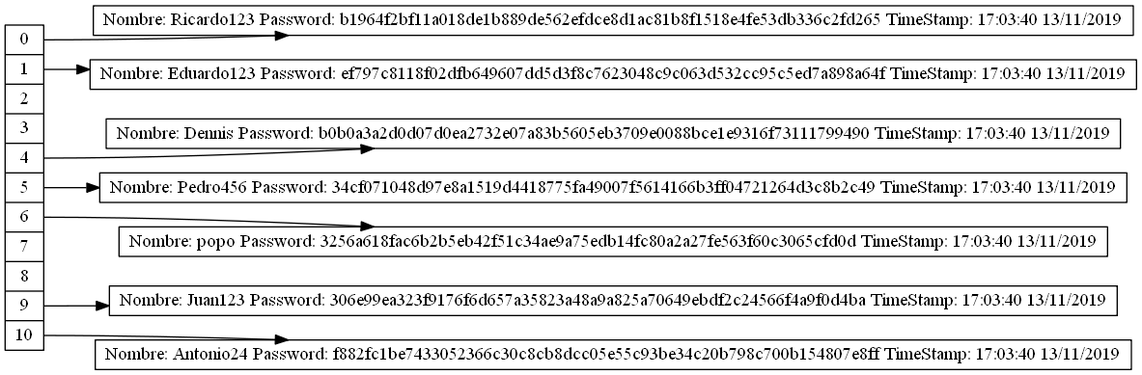
Before: Proyecto2/HashTable.png, a diagram exported from Graphviz (Eduardo01004/EDD_2S2019_PY2_201612124). Its source is kept beside it as Proyecto2/HashTable.dot.
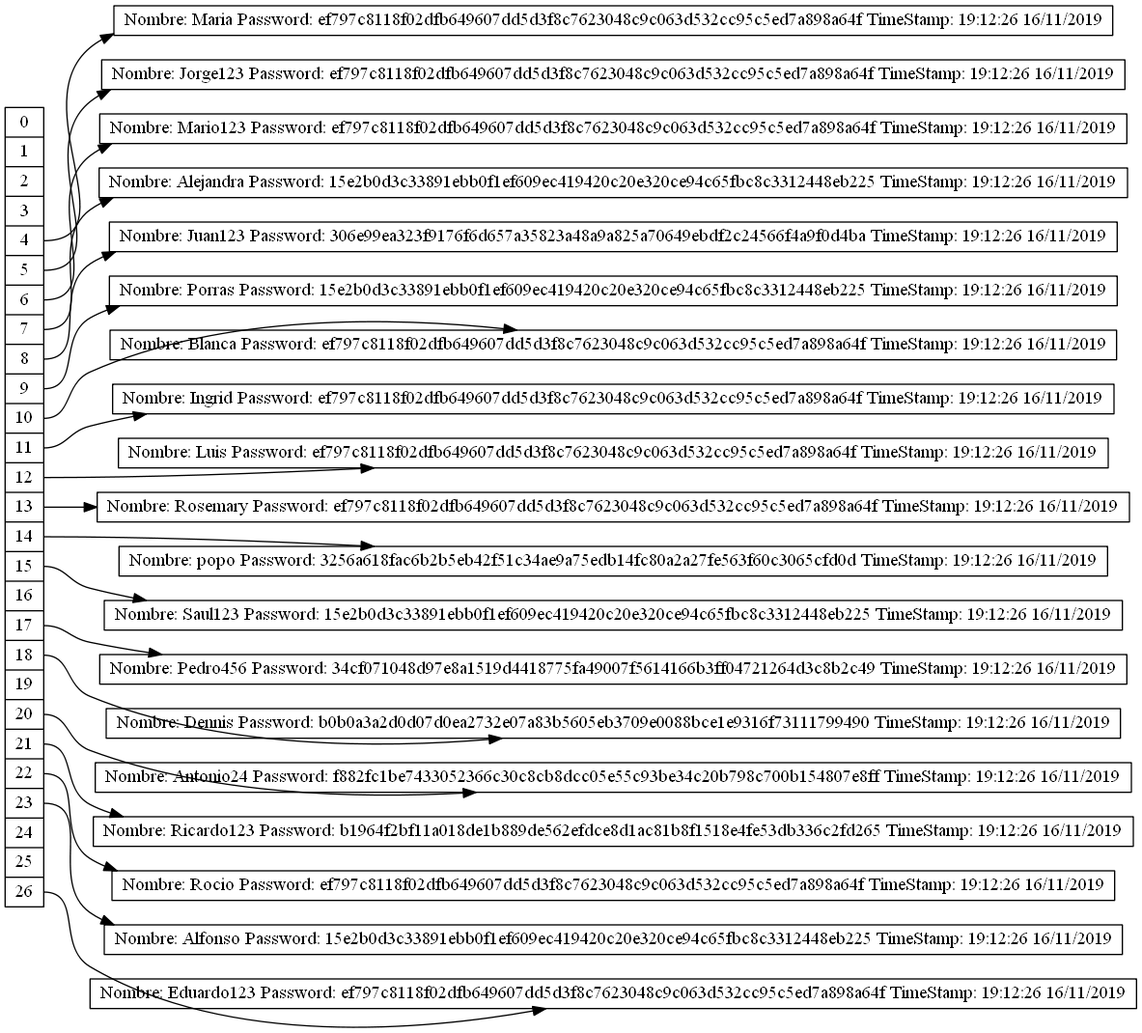
After the change.

Diff of the diagram source:
```diff
@@ -11,19 +11,59 @@
 <f7> 7 |
 <f8> 8 |
 <f9> 9 |
-<f10> 10"];
-nodoRicardo123 [label= "Nombre: Ricardo123 Password: b1964f2bf11a018de1b889de562efdce8d1ac81b8f1518e4fe53db336c2fd265 TimeStamp: 17:03:40 13/11/2019"];
-"nodeTable":f0 -> nodoRicardo123
-nodoEduardo123 [label= "Nombre: Eduardo123 Password: ef797c8118f02dfb649607dd5d3f8c7623048c9c063d532cc95c5ed7a898a64f TimeStamp: 17:03:40 13/11/2019"];
-"nodeTable":f1 -> nodoEduardo123
-nodoDennis [label= "Nombre: Dennis Password: b0b0a3a2d0d07d0ea2732e07a83b5605eb3709e0088bce1e9316f73111799490 TimeStamp: 17:03:40 13/11/2019"];
-"nodeTable":f4 -> nodoDennis
-nodoPedro456 [label= "Nombre: Pedro456 Password: 34cf071048d97e8a1519d4418775fa49007f5614166b3ff04721264d3c8b2c49 TimeStamp: 17:03:40 13/11/2019"];
-"nodeTable":f5 -> nodoPedro456
-nodopopo [label= "Nombre: popo Password: 3256a618fac6b2b5eb42f51c34ae9a75edb14fc80a2a27fe563f60c3065cfd0d TimeStamp: 17:03:40 13/11/2019"];
-"nodeTable":f6 -> nodopopo
-nodoJuan123 [label= "Nombre: Juan123 Password: 306e99ea323f9176f6d657a35823a48a9a825a70649ebdf2c24566f4a9f0d4ba TimeStamp: 17:03:40 13/11/2019"];
-"nodeTable":f9 -> nodoJuan123
-nodoAntonio24 [label= "Nombre: Antonio24 Password: f882fc1be7433052366c30c8cb8dcc05e55c93be34c20b798c700b154807e8ff TimeStamp: 17:03:40 13/11/2019"];
-"nodeTable":f10 -> nodoAntonio24
+<f10> 10 |
+<f11> 11 |
+<f12> 12 |
+<f13> 13 |
+<f14> 14 |
+<f15> 15 |
+<f16> 16 |
+<f17> 17 |
+<f18> 18 |
+<f19> 19 |
+<f20> 20 |
+<f21> 21 |
+<f22> 22 |
+<f23> 23 |
+<f24> 24 |
+<f25> 25 |
+<f26> 26"];
+nodoMaria [label= "Nombre: Maria Password: ef797c8118f02dfb649607dd5d3f8c7623048c9c063d532cc95c5ed7a898a64f TimeStamp: 19:12:26 16/11/2019"];
+"nodeTable":f4 -> nodoMaria
+nodoJorge123 [label= "Nombre: Jorge123 Password: ef797c8118f02dfb649607dd5d3f8c7623048c9c063d532cc95c5ed7a898a64f TimeStamp: 19:12:26 16/11/2019"];
+"nodeTable":f5 -> nodoJorge123
+nodoMario123 [label= "Nombre: Mario123 Password: ef797c8118f02dfb649607dd5d3f8c7623048c9c063d532cc95c5ed7a898a64f TimeStamp: 19:12:26 16/11/2019"];
+"nodeTable":f6 -> nodoMario123
+nodoAlejandra [label= "Nombre: Alejandra Password: 15e2b0d3c33891ebb0f1ef609ec419420c20e320ce94c65fbc8c3312448eb225 TimeStamp: 19:12:26 16/11/2019"];
+"nodeTable":f7 -> nodoAlejandra
+nodoJuan123 [label= "Nombre: Juan123 Password: 306e99ea323f9176f6d657a35823a48a9a825a70649ebdf2c24566f4a9f0d4ba TimeStamp: 19:12:26 16/11/2019"];
+"nodeTable":f8 -> nodoJuan123
+nodoPorras [label= "Nombre: Porras Password: 15e2b0d3c33891ebb0f1ef609ec419420c20e320ce94c65fbc8c3312448eb225 TimeStamp: 19:12:26 16/11/2019"];
+"nodeTable":f9 -> nodoPorras
+nodoBlanca [label= "Nombre: Blanca Password: ef797c8118f02dfb649607dd5d3f8c7623048c9c063d532cc95c5ed7a898a64f TimeStamp: 19:12:26 16/11/2019"];
+"nodeTable":f10 -> nodoBlanca
+nodoIngrid [label= "Nombre: Ingrid Password: ef797c8118f02dfb649607dd5d3f8c7623048c9c063d532cc95c5ed7a898a64f TimeStamp: 19:12:26 16/11/2019"];
+"nodeTable":f11 -> nodoIngrid
+nodoLuis [label= "Nombre: Luis Password: ef797c8118f02dfb649607dd5d3f8c7623048c9c063d532cc95c5ed7a898a64f TimeStamp: 19:12:26 16/11/2019"];
+"nodeTable":f12 -> nodoLuis
+nodoRosemary [label= "Nombre: Rosemary Password: ef797c8118f02dfb649607dd5d3f8c7623048c9c063d532cc95c5ed7a898a64f TimeStamp: 19:12:26 16/11/2019"];
+"nodeTable":f13 -> nodoRosemary
+nodopopo [label= "Nombre: popo Password: 3256a618fac6b2b5eb42f51c34ae9a75edb14fc80a2a27fe563f60c3065cfd0d TimeStamp: 19:12:26 16/11/2019"];
+"nodeTable":f14 -> nodopopo
+nodoSaul123 [label= "Nombre: Saul123 Password: 15e2b0d3c33891ebb0f1ef609ec419420c20e320ce94c65fbc8c3312448eb225 TimeStamp: 19:12:26 16/11/2019"];
+"nodeTable":f15 -> nodoSaul123
+nodoPedro456 [label= "Nombre: Pedro456 Password: 34cf071048d97e8a1519d4418775fa49007f5614166b3ff04721264d3c8b2c49 TimeStamp: 19:12:26 16/11/2019"];
+"nodeTable":f17 -> nodoPedro456
+nodoDennis [label= "Nombre: Dennis Password: b0b0a3a2d0d07d0ea2732e07a83b5605eb3709e0088bce1e9316f73111799490 TimeStamp: 19:12:26 16/11/2019"];
+"nodeTable":f18 -> nodoDennis
+nodoAntonio24 [label= "Nombre: Antonio24 Password: f882fc1be7433052366c30c8cb8dcc05e55c93be34c20b798c700b154807e8ff TimeStamp: 19:12:26 16/11/2019"];
+"nodeTable":f20 -> nodoAntonio24
+nodoRicardo123 [label= "Nombre: Ricardo123 Password: b1964f2bf11a018de1b889de562efdce8d1ac81b8f1518e4fe53db336c2fd265 TimeStamp: 19:12:26 16/11/2019"];
+"nodeTable":f21 -> nodoRicardo123
+nodoRocio [label= "Nombre: Rocio Password: ef797c8118f02dfb649607dd5d3f8c7623048c9c063d532cc95c5ed7a898a64f TimeStamp: 19:12:26 16/11/2019"];
+"nodeTable":f22 -> nodoRocio
+nodoAlfonso [label= "Nombre: Alfonso Password: 15e2b0d3c33891ebb0f1ef609ec419420c20e320ce94c65fbc8c3312448eb225 TimeStamp: 19:12:26 16/11/2019"];
+"nodeTable":f23 -> nodoAlfonso
+nodoEduardo123 [label= "Nombre: Eduardo123 Password: ef797c8118f02dfb649607dd5d3f8c7623048c9c063d532cc95c5ed7a898a64f TimeStamp: 19:12:26 16/11/2019"];
+"nodeTable":f26 -> nodoEduardo123
 }
```
